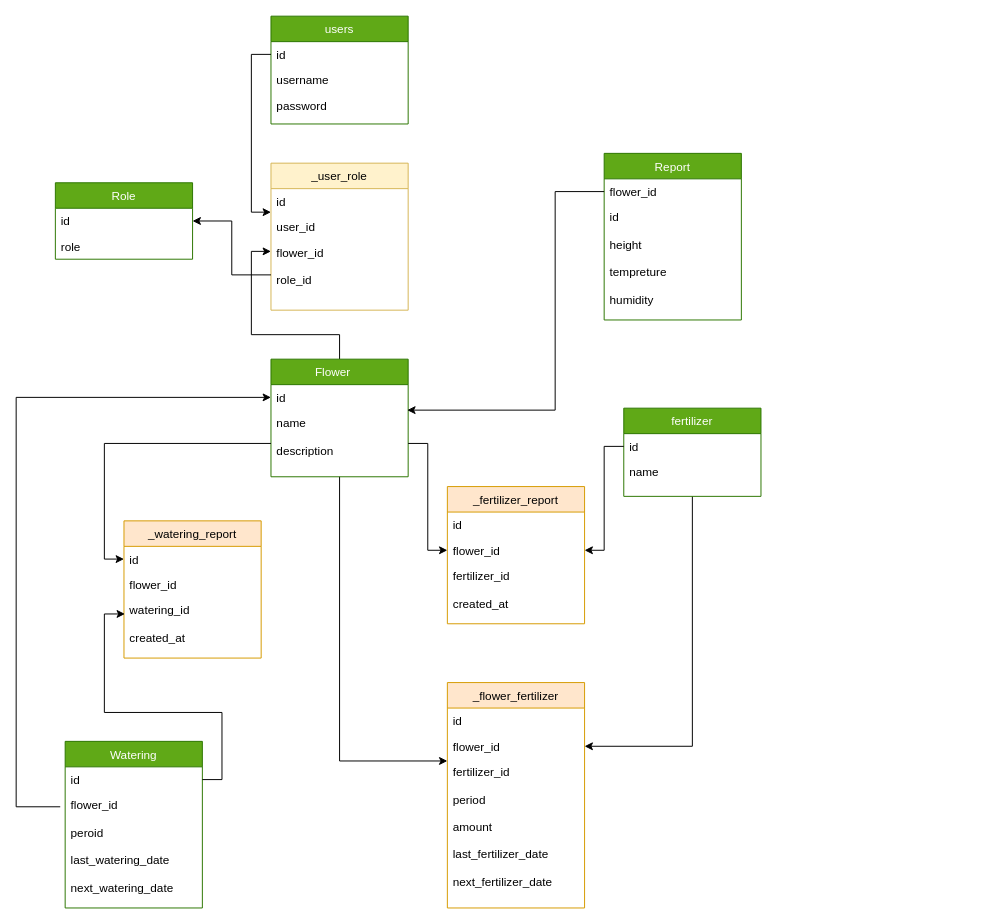
ahmadabd/pot keeps this draw.io diagram as Pot_Flow_Chart.drawio. Above is the earlier version. Source tidied: cells renumbered, new cells numbered last; positions are measured from the earlier drawing's top-left corner, leaving out a move shared by most shapes. Both pictures are drawn from the tidied source at 98%, with x=0, y=0 at pixel (16, 16).
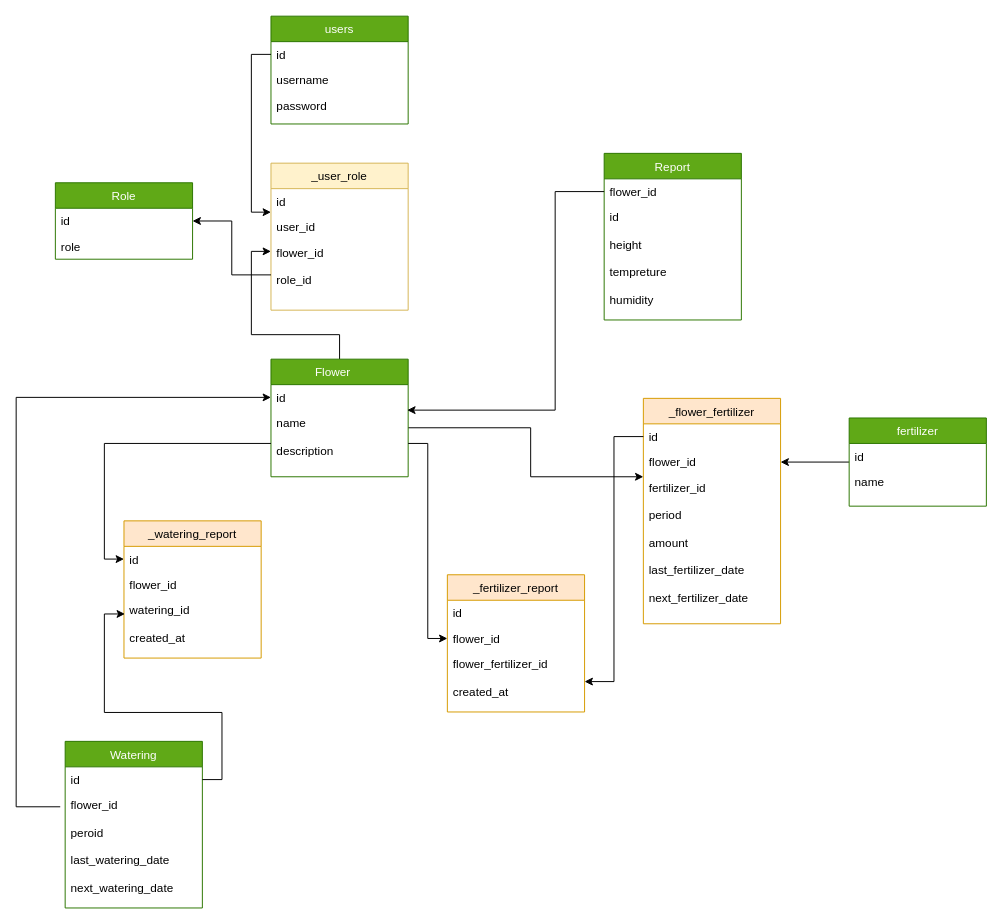
The same page after the edit.

Commit message (it also covers changes not shown here):
flower fertaziling completed

The change refers to these unchanged cells:
```xml
<mxCell id="4" value="Flower    " style="swimlane;fontStyle=0;horizontal=1;startSize=26;fillColor=#60a917;strokeColor=#2D7600;fontColor=#ffffff;" parent="1" vertex="1">
  <mxGeometry x="260" y="350" width="140" height="120" as="geometry" />
</mxCell>
<mxCell id="16" value="id" style="text;strokeColor=none;fillColor=none;align=left;verticalAlign=top;spacingLeft=4;spacingRight=4;overflow=hidden;points=[[0,0.5],[1,0.5]];portConstraint=eastwest;" parent="15" vertex="1">
  <mxGeometry y="26" width="140" height="26" as="geometry" />
</mxCell>
<mxCell id="19" value="id" style="text;strokeColor=none;fillColor=none;align=left;verticalAlign=top;spacingLeft=4;spacingRight=4;overflow=hidden;points=[[0,0.5],[1,0.5]];portConstraint=eastwest;" parent="18" vertex="1">
  <mxGeometry y="26" width="140" height="26" as="geometry" />
</mxCell>
<mxCell id="20" value="flower_id" style="text;strokeColor=none;fillColor=none;align=left;verticalAlign=top;spacingLeft=4;spacingRight=4;overflow=hidden;points=[[0,0.5],[1,0.5]];portConstraint=eastwest;" parent="18" vertex="1">
  <mxGeometry y="52" width="140" height="26" as="geometry" />
</mxCell>
<mxCell id="45" value="flower_id" style="text;strokeColor=none;fillColor=none;align=left;verticalAlign=top;spacingLeft=4;spacingRight=4;overflow=hidden;points=[[0,0.5],[1,0.5]];portConstraint=eastwest;" parent="43" vertex="1">
  <mxGeometry y="52" width="140" height="26" as="geometry" />
</mxCell>
```

The edit, as a diff of the source:
```diff
@@
     <mxCell id="2" style="edgeStyle=orthogonalEdgeStyle;rounded=0;jettySize=auto;html=1;entryX=0;entryY=1.077;entryDx=0;entryDy=0;entryPerimeter=0;" parent="1" edge="1" source="4" target="20">
-      <mxGeometry relative="1" as="geometry" />
+      <mxGeometry relative="1" as="geometry">
+        <Array as="points">
+          <mxPoint x="525" y="420" />
+          <mxPoint x="525" y="470" />
+        </Array>
+      </mxGeometry>
     </mxCell>
@@
     <mxCell id="15" value="fertilizer" style="swimlane;fontStyle=0;horizontal=1;startSize=26;fillColor=#60a917;strokeColor=#2D7600;fontColor=#ffffff;" parent="1" vertex="1">
-      <mxGeometry x="620" y="400" width="140" height="90" as="geometry" />
+      <mxGeometry x="850" y="410" width="140" height="90" as="geometry" />
     </mxCell>
@@
     <mxCell id="18" value="_flower_fertilizer" style="swimlane;fontStyle=0;horizontal=1;startSize=26;fillColor=#ffe6cc;strokeColor=#d79b00;" parent="1" vertex="1">
-      <mxGeometry x="440" y="680" width="140" height="230" as="geometry" />
+      <mxGeometry x="640" y="390" width="140" height="230" as="geometry" />
     </mxCell>
@@
     <mxCell id="43" value="_fertilizer_report" style="swimlane;fontStyle=0;horizontal=1;startSize=26;fillColor=#ffe6cc;strokeColor=#d79b00;" parent="1" vertex="1">
-      <mxGeometry x="440" y="480" width="140" height="140" as="geometry" />
+      <mxGeometry x="440" y="570" width="140" height="140" as="geometry" />
     </mxCell>
@@
-    <mxCell id="46" value="fertilizer_id&#10;&#10;created_at" style="text;strokeColor=none;fillColor=none;align=left;verticalAlign=top;spacingLeft=4;spacingRight=4;overflow=hidden;points=[[0,0.5],[1,0.5]];portConstraint=eastwest;" parent="43" vertex="1">
+    <mxCell id="46" value="flower_fertilizer_id&#10;&#10;created_at" style="text;strokeColor=none;fillColor=none;align=left;verticalAlign=top;spacingLeft=4;spacingRight=4;overflow=hidden;points=[[0,0.5],[1,0.5]];portConstraint=eastwest;" parent="43" vertex="1">
       <mxGeometry y="78" width="140" height="62" as="geometry" />
     </mxCell>
-    <mxCell id="47" style="edgeStyle=orthogonalEdgeStyle;rounded=0;jettySize=auto;html=1;entryX=1;entryY=0.5;entryDx=0;entryDy=0;" parent="1" edge="1" source="16" target="45">
-      <mxGeometry relative="1" as="geometry" />
-    </mxCell>
@@
+    <mxCell id="49" style="edgeStyle=orthogonalEdgeStyle;rounded=0;jettySize=auto;html=1;" parent="1" edge="1" source="19" target="46">
+      <mxGeometry relative="1" as="geometry" />
+    </mxCell>
```
